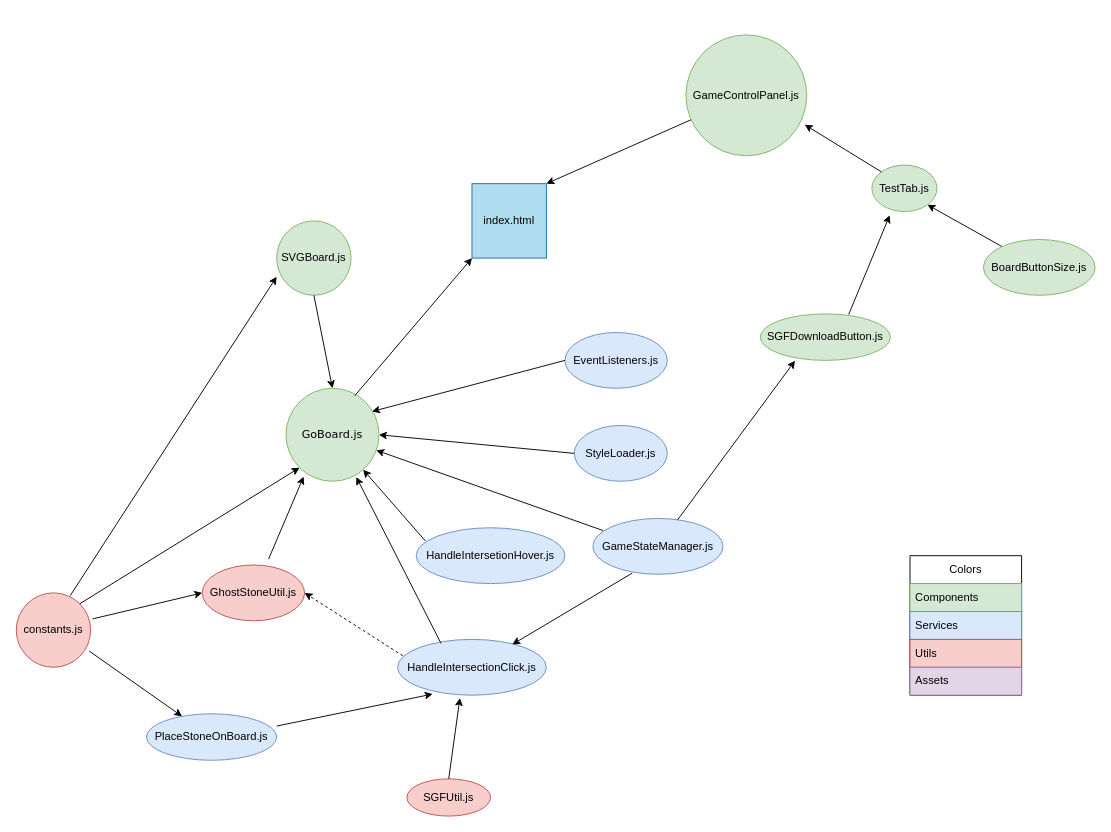
This is WebGo.drawio from enokiLucas/Diagrams, a draw.io file, before an edit. Source tidied: cells renumbered, new cells numbered last; positions are measured from the earlier drawing's top-left corner, leaving out a move shared by most shapes. Both pictures are drawn from the tidied source at 93%, with x=0, y=0 at pixel (16, 34).
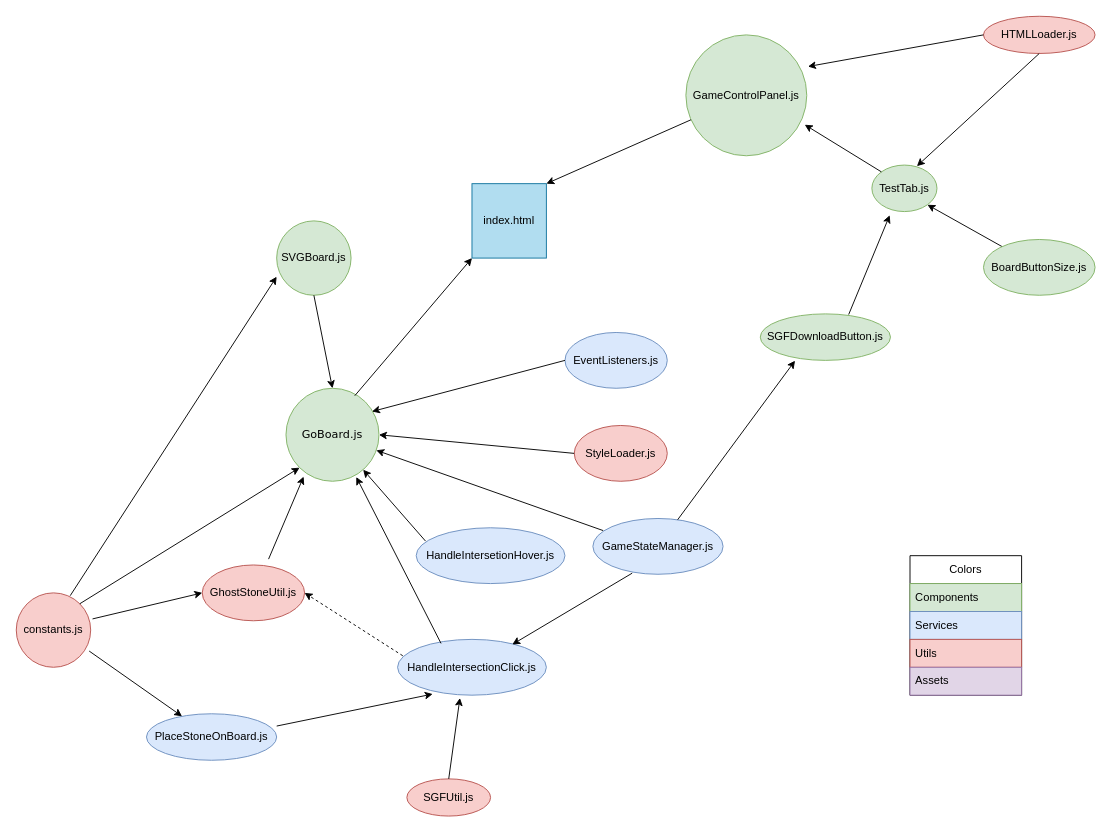
The same page after the edit.

Unchanged cells that the change refers to:
```xml
<mxCell id="40" value="TestTab.js" style="ellipse;whiteSpace=wrap;html=1;fillColor=#d5e8d4;strokeColor=#82b366;" parent="1" vertex="1">
  <mxGeometry x="920" y="140" width="70" height="50" as="geometry" />
</mxCell>
<mxCell id="41" value="GameControlPanel.js" style="ellipse;whiteSpace=wrap;html=1;fillColor=#d5e8d4;strokeColor=#82b366;" parent="1" vertex="1">
  <mxGeometry x="720" width="130" height="130" as="geometry" />
</mxCell>
```

The edit, as a diff of the source:
```diff
@@
-    <mxCell id="15" value="StyleLoader.js" style="ellipse;whiteSpace=wrap;html=1;fillColor=#dae8fc;strokeColor=#6c8ebf;" parent="1" vertex="1">
+    <mxCell id="15" value="StyleLoader.js" style="ellipse;whiteSpace=wrap;html=1;fillColor=#f8cecc;strokeColor=#b85450;" parent="1" vertex="1">
       <mxGeometry x="600" y="420" width="100" height="60" as="geometry" />
     </mxCell>
@@
+    <mxCell id="44" value="HTMLLoader.js" style="ellipse;whiteSpace=wrap;html=1;fillColor=#f8cecc;strokeColor=#b85450;" parent="1" vertex="1">
+      <mxGeometry x="1040" y="-20" width="120" height="40" as="geometry" />
+    </mxCell>
+    <mxCell id="45" style="endArrow=classic;html=1;rounded=0;exitX=0;exitY=0.5;exitDx=0;exitDy=0;entryX=1.01;entryY=0.262;entryDx=0;entryDy=0;entryPerimeter=0;" parent="1" edge="1" source="44" target="41">
+      <mxGeometry relative="1" as="geometry" />
+    </mxCell>
+    <mxCell id="46" style="endArrow=classic;html=1;rounded=0;exitX=0.5;exitY=1;exitDx=0;exitDy=0;entryX=0.692;entryY=0.023;entryDx=0;entryDy=0;entryPerimeter=0;" parent="1" edge="1" source="44" target="40">
+      <mxGeometry relative="1" as="geometry" />
+    </mxCell>
```
